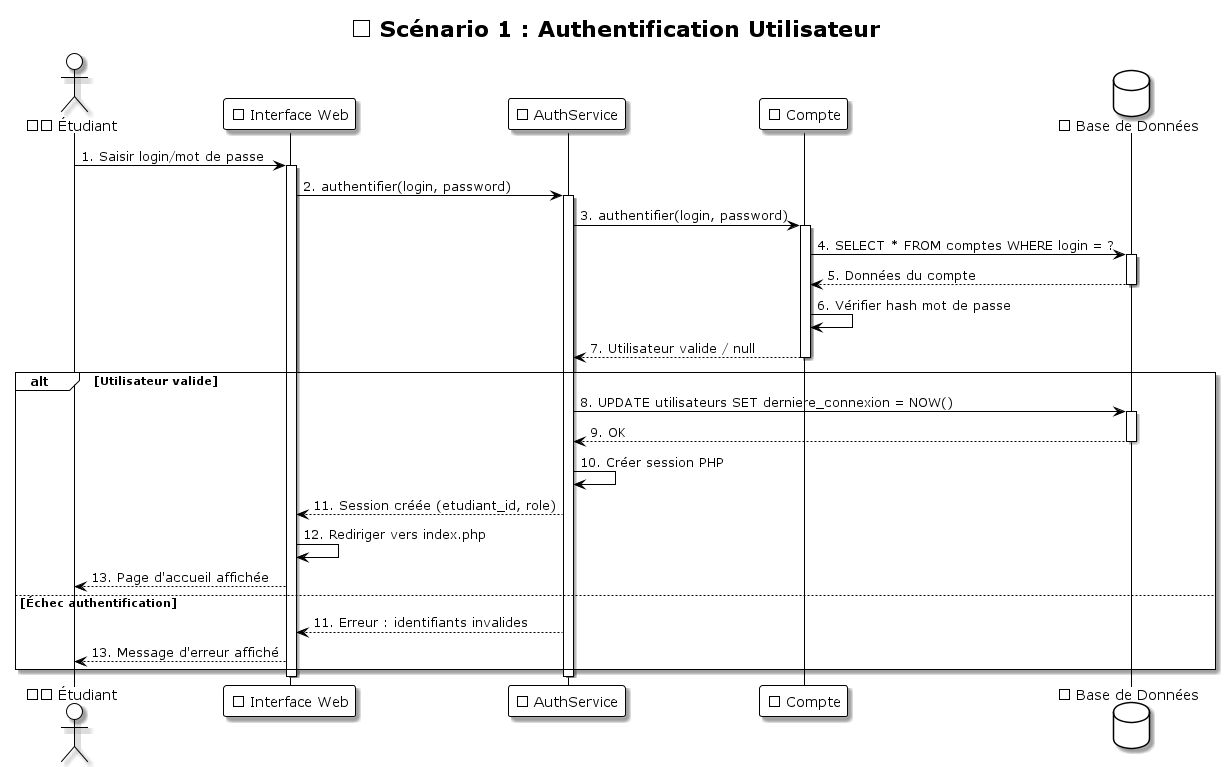
This is UML/diagrammes_sequence/Sequence_01_Authentification.png from LLAbdul/LLAbdul-projet-tutoplus, a PlantUML export, as it was before one commit.
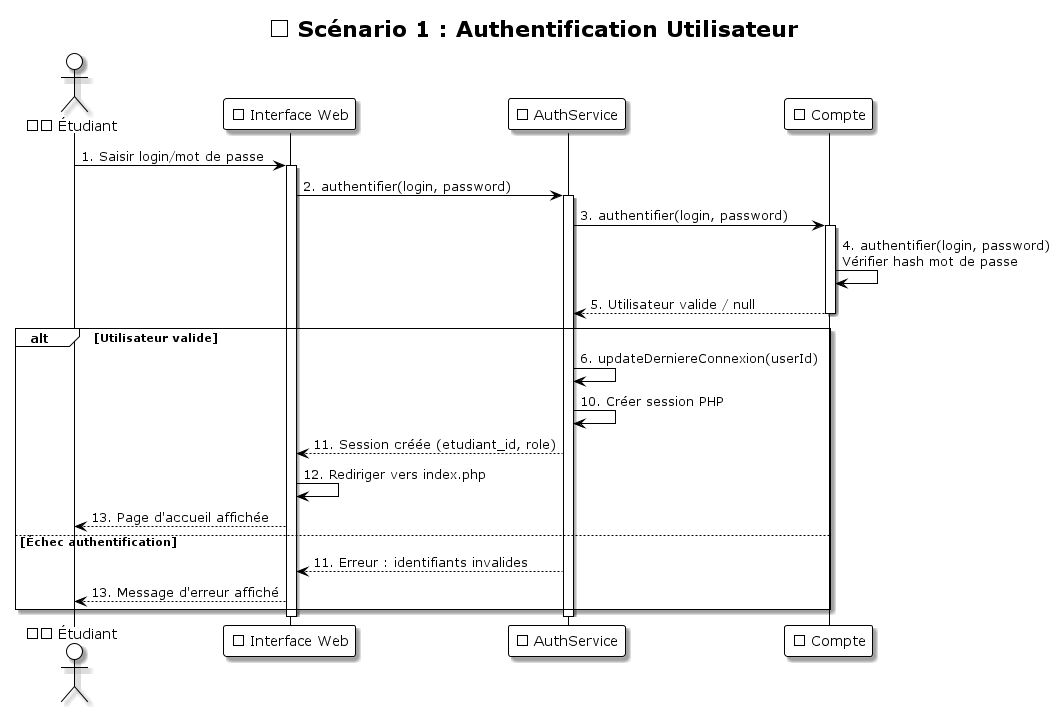
The same file after the commit.

What changed in the source:
```diff
@@ -9,7 +9,6 @@
 participant "🌐 Interface Web" as UI
 participant "🔐 AuthService" as AuthService
 participant "🔐 Compte" as Compte
-database "💾 Base de Données" as DB
 
 Etudiant -> UI: 1. Saisir login/mot de passe
 activate UI
@@ -20,20 +19,12 @@
 AuthService -> Compte: 3. authentifier(login, password)
 activate Compte
 
-Compte -> DB: 4. SELECT * FROM comptes WHERE login = ?
-activate DB
-DB --> Compte: 5. Données du compte
-deactivate DB
-
-Compte -> Compte: 6. Vérifier hash mot de passe
-Compte --> AuthService: 7. Utilisateur valide / null
+Compte -> Compte: 4. authentifier(login, password)\nVérifier hash mot de passe
+Compte --> AuthService: 5. Utilisateur valide / null
 deactivate Compte
 
 alt Utilisateur valide
-    AuthService -> DB: 8. UPDATE utilisateurs SET derniere_connexion = NOW()
-    activate DB
-    DB --> AuthService: 9. OK
-    deactivate DB
+    AuthService -> AuthService: 6. updateDerniereConnexion(userId)
 
     AuthService -> AuthService: 10. Créer session PHP
     AuthService --> UI: 11. Session créée (etudiant_id, role)
```
